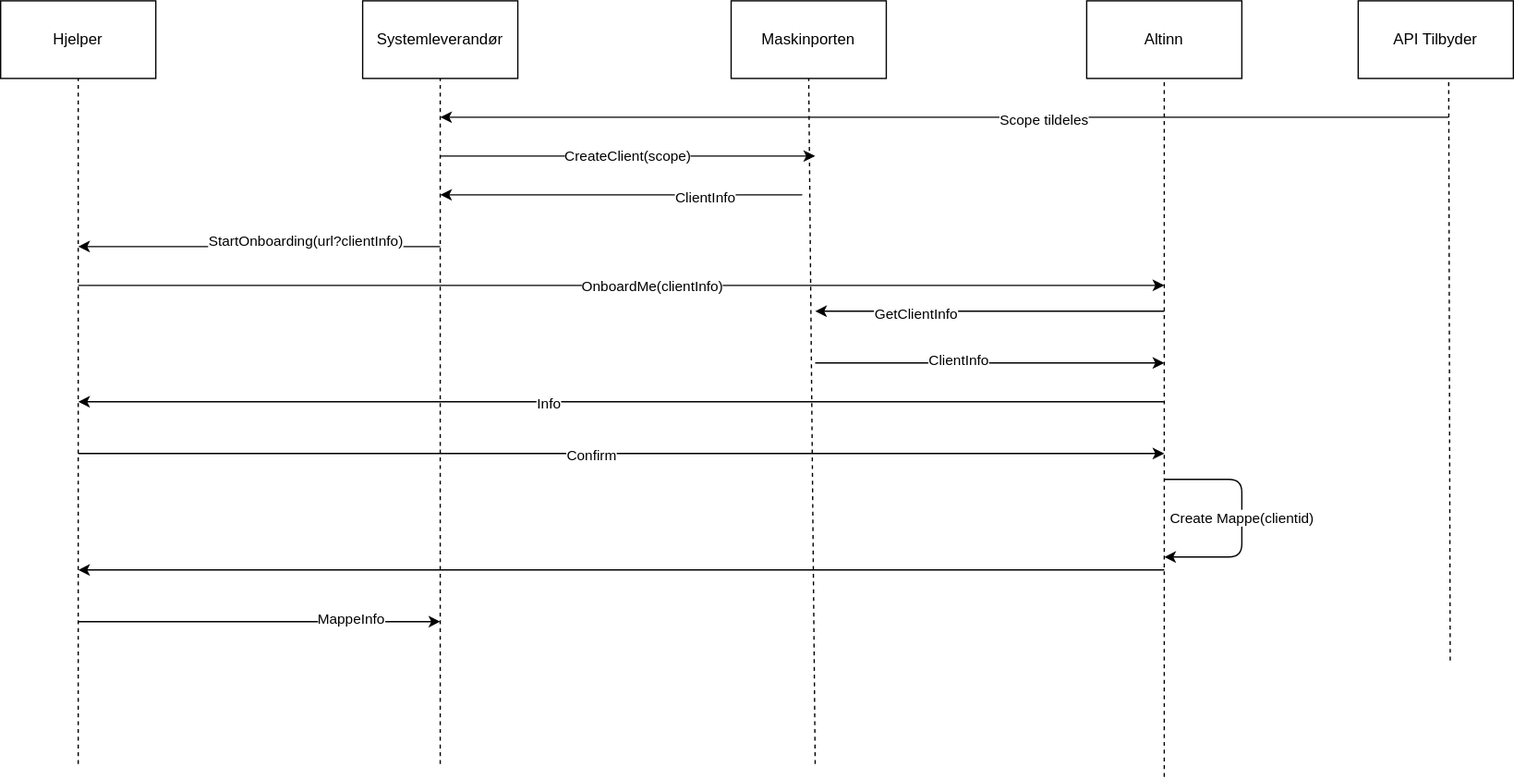
The draw.io diagram content/authentication/onboarding.drawio.svg in Altinn/altinn-studio-docs, before a commit. Source tidied: cells renumbered, new cells last; positions are measured from the earlier drawing's top-left corner, leaving out a move shared by most shapes. The source it was exported from:
```xml
<mxGraphModel>
  <root>
    <mxCell id="0" />
    <mxCell id="1" parent="0" />
    <mxCell id="2" value="Systemleverandør" style="rounded=0;whiteSpace=wrap;html=1;" parent="1" vertex="1">
      <mxGeometry x="280" width="120" height="60" as="geometry" />
    </mxCell>
    <mxCell id="3" style="endArrow=none;dashed=1;html=1;" parent="1" edge="1">
      <mxGeometry relative="1" as="geometry">
        <mxPoint x="340" y="590" as="sourcePoint" />
        <mxPoint x="340" y="60" as="targetPoint" />
      </mxGeometry>
    </mxCell>
    <mxCell id="4" value="Maskinporten" style="rounded=0;whiteSpace=wrap;html=1;" parent="1" vertex="1">
      <mxGeometry x="565" width="120" height="60" as="geometry" />
    </mxCell>
    <mxCell id="5" value="Altinn" style="rounded=0;whiteSpace=wrap;html=1;" parent="1" vertex="1">
      <mxGeometry x="840" width="120" height="60" as="geometry" />
    </mxCell>
    <mxCell id="6" value="API Tilbyder" style="rounded=0;whiteSpace=wrap;html=1;" parent="1" vertex="1">
      <mxGeometry x="1050" width="120" height="60" as="geometry" />
    </mxCell>
    <mxCell id="7" style="endArrow=none;dashed=1;html=1;" parent="1" edge="1">
      <mxGeometry relative="1" as="geometry">
        <mxPoint x="1121.2" y="510" as="sourcePoint" />
        <mxPoint x="1120" y="60" as="targetPoint" />
      </mxGeometry>
    </mxCell>
    <mxCell id="8" style="endArrow=classic;html=1;" parent="1" edge="1">
      <mxGeometry relative="1" as="geometry">
        <mxPoint x="1120" y="90" as="sourcePoint" />
        <mxPoint x="340" y="90" as="targetPoint" />
      </mxGeometry>
    </mxCell>
    <mxCell id="9" value="Scope tildeles" style="edgeLabel;html=1;align=center;verticalAlign=middle;" parent="8" vertex="1">
      <mxGeometry x="-0.2" y="1" relative="1" as="geometry" />
    </mxCell>
    <mxCell id="10" value="Hjelper" style="rounded=0;whiteSpace=wrap;html=1;" parent="1" vertex="1">
      <mxGeometry width="120" height="60" as="geometry" />
    </mxCell>
    <mxCell id="11" style="endArrow=none;dashed=1;html=1;entryX=0.5;entryY=1;entryDx=0;entryDy=0;" parent="1" edge="1" target="4">
      <mxGeometry relative="1" as="geometry">
        <mxPoint x="630" y="590" as="sourcePoint" />
      </mxGeometry>
    </mxCell>
    <mxCell id="12" value="CreateClient(scope)" style="endArrow=classic;html=1;" parent="1" edge="1">
      <mxGeometry relative="1" as="geometry">
        <mxPoint x="340" y="120" as="sourcePoint" />
        <mxPoint x="630" y="120" as="targetPoint" />
      </mxGeometry>
    </mxCell>
    <mxCell id="13" style="endArrow=classic;html=1;" parent="1" edge="1">
      <mxGeometry relative="1" as="geometry">
        <mxPoint x="620" y="150" as="sourcePoint" />
        <mxPoint x="340" y="150" as="targetPoint" />
      </mxGeometry>
    </mxCell>
    <mxCell id="14" value="ClientInfo" style="edgeLabel;html=1;align=center;verticalAlign=middle;" parent="13" vertex="1">
      <mxGeometry x="-0.46" y="1" relative="1" as="geometry" />
    </mxCell>
    <mxCell id="15" style="endArrow=none;dashed=1;html=1;entryX=0.5;entryY=1;entryDx=0;entryDy=0;" parent="1" edge="1" target="10">
      <mxGeometry relative="1" as="geometry">
        <mxPoint x="60" y="590" as="sourcePoint" />
      </mxGeometry>
    </mxCell>
    <mxCell id="16" style="endArrow=classic;html=1;" parent="1" edge="1">
      <mxGeometry relative="1" as="geometry">
        <mxPoint x="340" y="190" as="sourcePoint" />
        <mxPoint x="60" y="190" as="targetPoint" />
      </mxGeometry>
    </mxCell>
    <mxCell id="17" value="StartOnboarding(url?clientInfo)" style="edgeLabel;html=1;align=center;verticalAlign=middle;" parent="16" vertex="1">
      <mxGeometry x="-0.25" y="-5" relative="1" as="geometry" />
    </mxCell>
    <mxCell id="18" style="endArrow=classic;html=1;" parent="1" edge="1">
      <mxGeometry relative="1" as="geometry">
        <mxPoint x="60" y="220" as="sourcePoint" />
        <mxPoint x="900" y="220" as="targetPoint" />
      </mxGeometry>
    </mxCell>
    <mxCell id="19" value="OnboardMe(clientInfo)" style="edgeLabel;html=1;align=center;verticalAlign=middle;" parent="18" vertex="1">
      <mxGeometry x="0.05" relative="1" as="geometry" />
    </mxCell>
    <mxCell id="20" style="endArrow=none;dashed=1;html=1;entryX=0.5;entryY=1;entryDx=0;entryDy=0;" parent="1" edge="1" target="5">
      <mxGeometry relative="1" as="geometry">
        <mxPoint x="900" y="600" as="sourcePoint" />
      </mxGeometry>
    </mxCell>
    <mxCell id="21" style="endArrow=classic;html=1;" parent="1" edge="1">
      <mxGeometry relative="1" as="geometry">
        <mxPoint x="900" y="240" as="sourcePoint" />
        <mxPoint x="630" y="240" as="targetPoint" />
      </mxGeometry>
    </mxCell>
    <mxCell id="22" value="GetClientInfo" style="edgeLabel;html=1;align=center;verticalAlign=middle;" parent="21" vertex="1">
      <mxGeometry x="0.43" y="1" relative="1" as="geometry" />
    </mxCell>
    <mxCell id="23" style="endArrow=classic;html=1;" parent="1" edge="1">
      <mxGeometry relative="1" as="geometry">
        <mxPoint x="630" y="280" as="sourcePoint" />
        <mxPoint x="900" y="280" as="targetPoint" />
      </mxGeometry>
    </mxCell>
    <mxCell id="24" value="ClientInfo" style="edgeLabel;html=1;align=center;verticalAlign=middle;" parent="23" vertex="1">
      <mxGeometry x="-0.19" y="3" relative="1" as="geometry" />
    </mxCell>
    <mxCell id="25" style="endArrow=classic;html=1;" parent="1" edge="1">
      <mxGeometry relative="1" as="geometry">
        <mxPoint x="900" y="310" as="sourcePoint" />
        <mxPoint x="60" y="310" as="targetPoint" />
      </mxGeometry>
    </mxCell>
    <mxCell id="26" value="Info" style="edgeLabel;html=1;align=center;verticalAlign=middle;" parent="25" vertex="1">
      <mxGeometry x="0.14" y="1" relative="1" as="geometry" />
    </mxCell>
    <mxCell id="27" style="endArrow=classic;html=1;" parent="1" edge="1">
      <mxGeometry relative="1" as="geometry">
        <mxPoint x="60" y="350" as="sourcePoint" />
        <mxPoint x="900" y="350" as="targetPoint" />
      </mxGeometry>
    </mxCell>
    <mxCell id="28" value="Confirm" style="edgeLabel;html=1;align=center;verticalAlign=middle;" parent="27" vertex="1">
      <mxGeometry x="-0.06" y="-1" relative="1" as="geometry" />
    </mxCell>
    <mxCell id="29" value="Create Mappe(clientid)" style="endArrow=classic;html=1;" parent="1" edge="1">
      <mxGeometry relative="1" as="geometry">
        <mxPoint x="900" y="370" as="sourcePoint" />
        <mxPoint x="900" y="430" as="targetPoint" />
        <Array as="points">
          <mxPoint x="960" y="370" />
          <mxPoint x="960" y="430" />
        </Array>
      </mxGeometry>
    </mxCell>
    <mxCell id="30" style="endArrow=classic;html=1;" parent="1" edge="1">
      <mxGeometry relative="1" as="geometry">
        <mxPoint x="60" y="480" as="sourcePoint" />
        <mxPoint x="340" y="480" as="targetPoint" />
      </mxGeometry>
    </mxCell>
    <mxCell id="31" value="MappeInfo" style="edgeLabel;html=1;align=center;verticalAlign=middle;" parent="30" vertex="1">
      <mxGeometry x="0.5" y="3" relative="1" as="geometry" />
    </mxCell>
    <mxCell id="32" style="endArrow=classic;html=1;" parent="1" edge="1">
      <mxGeometry relative="1" as="geometry">
        <mxPoint x="900" y="440" as="sourcePoint" />
        <mxPoint x="60" y="440" as="targetPoint" />
      </mxGeometry>
    </mxCell>
  </root>
</mxGraphModel>
```
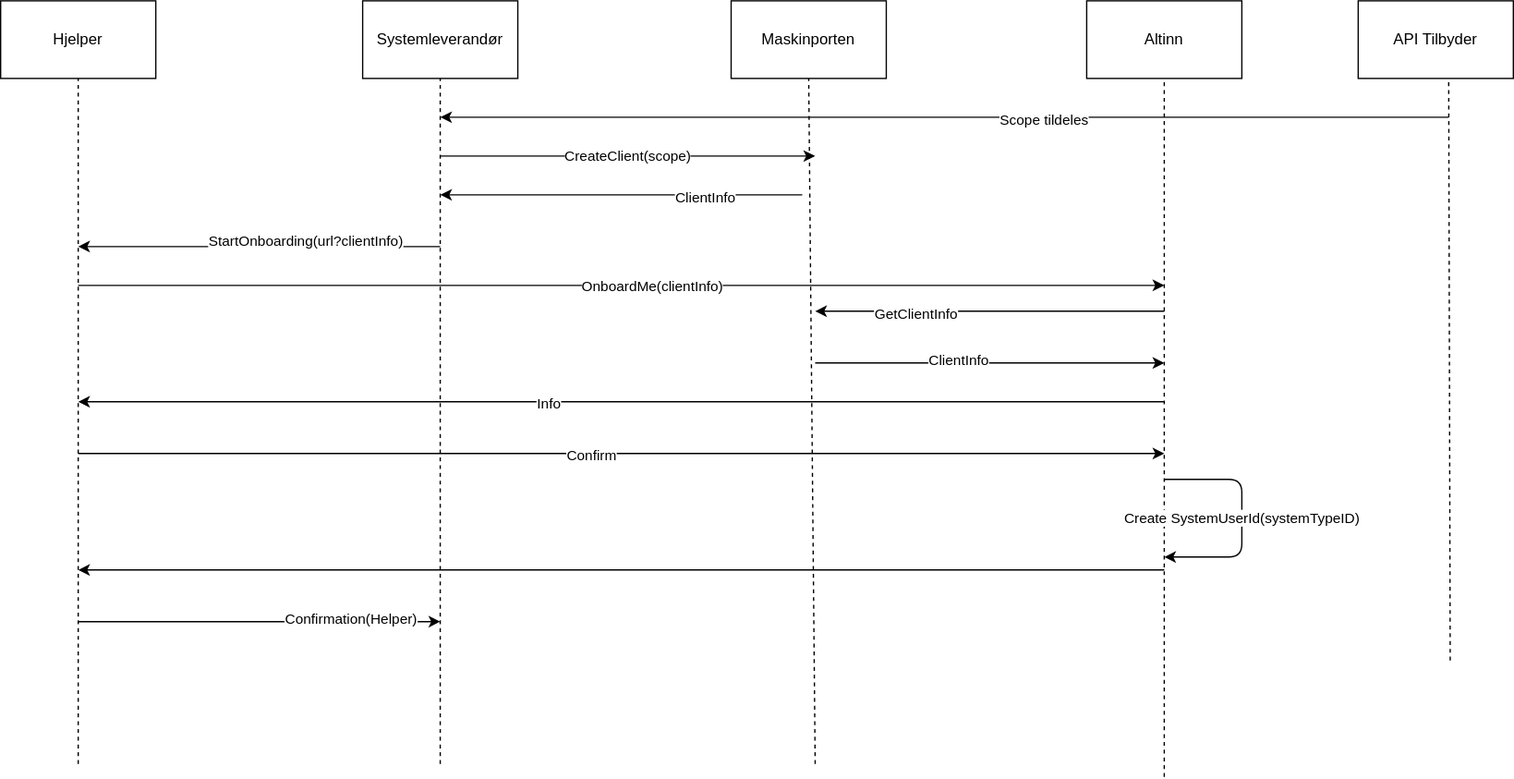
Above is the later version.

Change to the diagram source:
```diff
@@ -122,7 +122,7 @@
     <mxCell id="28" value="Confirm" style="edgeLabel;html=1;align=center;verticalAlign=middle;" parent="27" vertex="1">
       <mxGeometry x="-0.06" y="-1" relative="1" as="geometry" />
     </mxCell>
-    <mxCell id="29" value="Create Mappe(clientid)" style="endArrow=classic;html=1;" parent="1" edge="1">
+    <mxCell id="29" value="Create SystemUserId(systemTypeID)" style="endArrow=classic;html=1;" parent="1" edge="1">
       <mxGeometry relative="1" as="geometry">
         <mxPoint x="900" y="370" as="sourcePoint" />
         <mxPoint x="900" y="430" as="targetPoint" />
@@ -138,7 +138,7 @@
         <mxPoint x="340" y="480" as="targetPoint" />
       </mxGeometry>
     </mxCell>
-    <mxCell id="31" value="MappeInfo" style="edgeLabel;html=1;align=center;verticalAlign=middle;" parent="30" vertex="1">
+    <mxCell id="31" value="Confirmation(Helper)" style="edgeLabel;html=1;align=center;verticalAlign=middle;" parent="30" vertex="1">
       <mxGeometry x="0.5" y="3" relative="1" as="geometry" />
     </mxCell>
     <mxCell id="32" style="endArrow=classic;html=1;" parent="1" edge="1">
```
